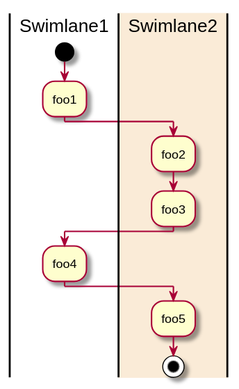
Above: public/diagrams/diagram_0.svg in TiagoJacinto/mses-gym-docs (PlantUML), before the change. Its diagram source:
```plantuml
@startuml
|Swimlane1|
start
:foo1;
|#AntiqueWhite|Swimlane2|
:foo2;
:foo3;
|Swimlane1|
:foo4;
|Swimlane2|
:foo5;
stop
@enduml
```
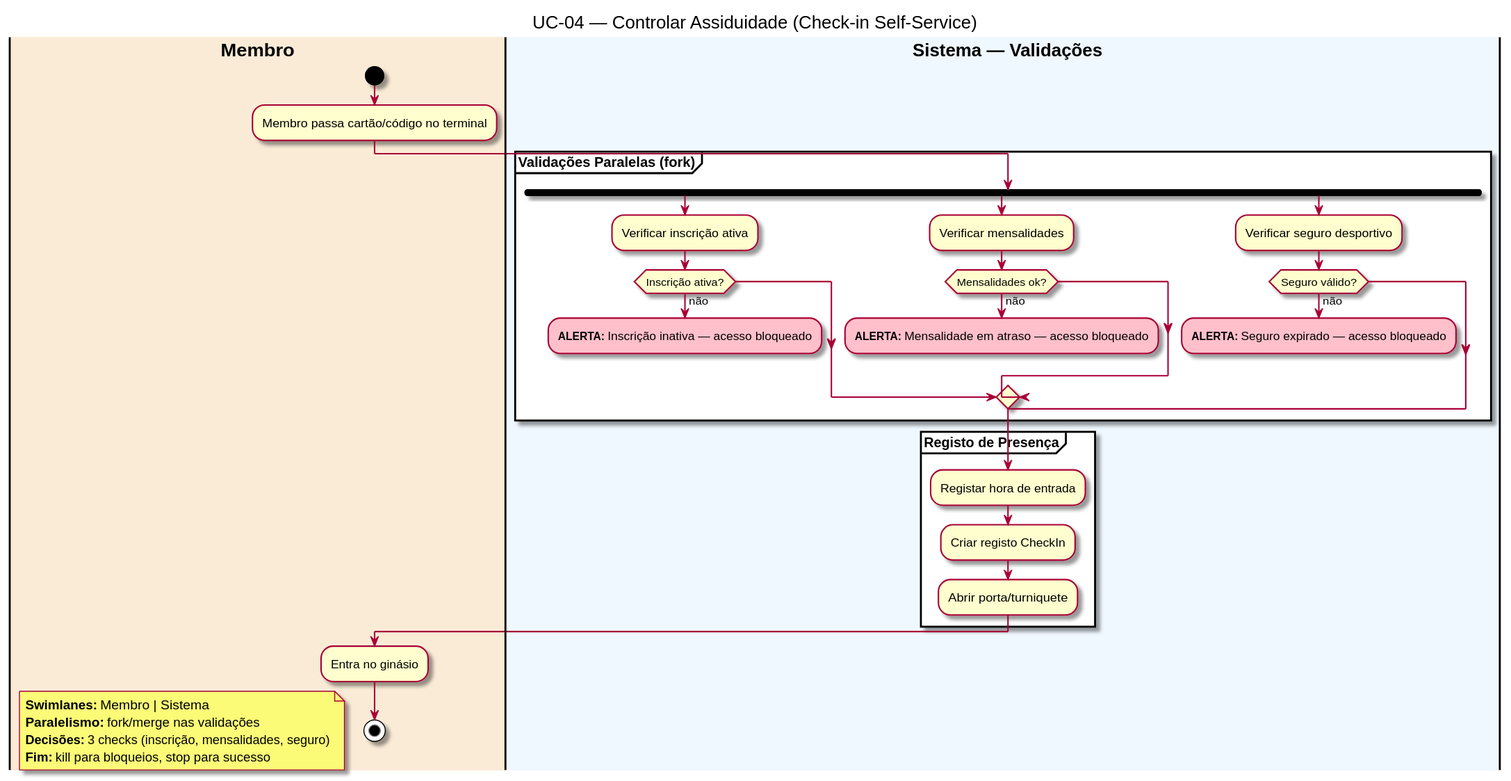
Later version of the same file.

Commit message:
Add Classes field to use cases in section 4.3

What changed in the source:
```diff
@@ -1,13 +1,49 @@
 @startuml
-|Swimlane1|
+title UC-04 — Controlar Assiduidade (Check-in Self-Service)
+
+|#AntiqueWhite| **Membro** |
 start
-:foo1;
-|#AntiqueWhite|Swimlane2|
-:foo2;
-:foo3;
-|Swimlane1|
-:foo4;
-|Swimlane2|
-:foo5;
+:Membro passa cartão/código no terminal;
+
+|#AliceBlue| **Sistema — Validações** |
+
+partition "**Validações Paralelas (fork)**" {
+    fork
+        :Verificar inscrição ativa;
+        if (Inscrição ativa?) then (não)
+            #pink:**ALERTA:** Inscrição inativa — acesso bloqueado;
+            kill
+        endif
+    fork again
+        :Verificar mensalidades;
+        if (Mensalidades ok?) then (não)
+            #pink:**ALERTA:** Mensalidade em atraso — acesso bloqueado;
+            kill
+        endif
+    fork again
+        :Verificar seguro desportivo;
+        if (Seguro válido?) then (não)
+            #pink:**ALERTA:** Seguro expirado — acesso bloqueado;
+            kill
+        endif
+    end merge
+}
+
+partition "**Registo de Presença**" {
+    :Registar hora de entrada;
+    :Criar registo CheckIn;
+    :Abrir porta/turniquete;
+}
+
+|#AntiqueWhite| **Membro** |
+:Entra no ginásio;
 stop
+
+floating note left
+**Swimlanes:** Membro | Sistema
+**Paralelismo:** fork/merge nas validações
+**Decisões:** 3 checks (inscrição, mensalidades, seguro)
+**Fim:** kill para bloqueios, stop para sucesso
+end note
+
 @enduml
```
